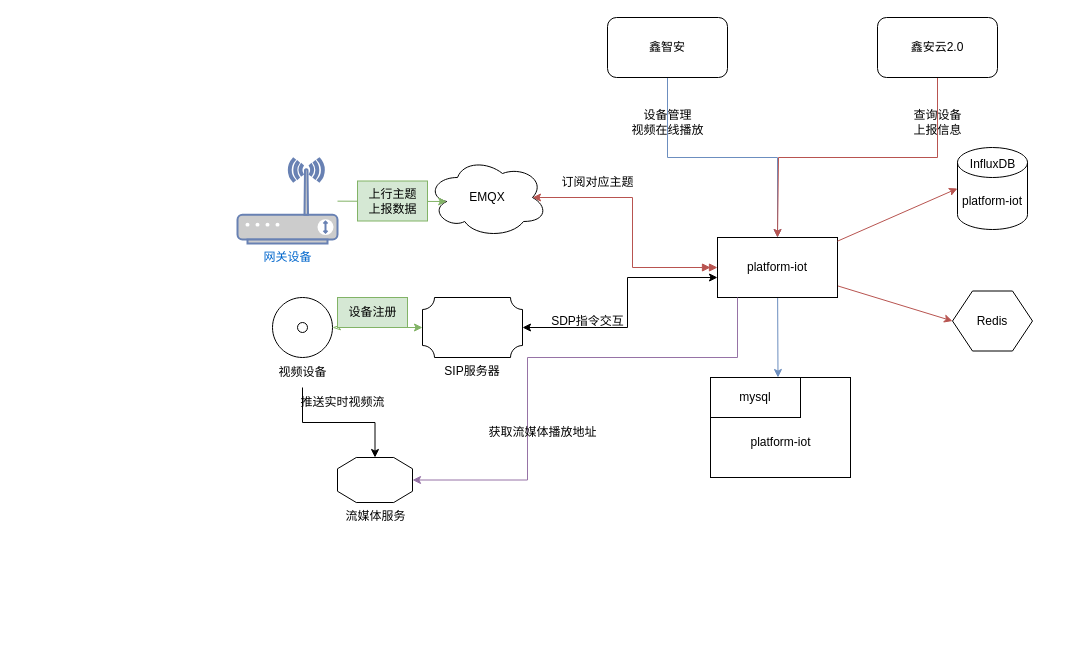
This is iot数据流转图.drawio from Rain-ziyu/img, a draw.io file, before an edit. Source tidied: cells renumbered, new cells numbered last; positions are measured from the earlier drawing's top-left corner, leaving out a move shared by most shapes. Both pictures are drawn from the tidied source at 100%, with x=0, y=0 at pixel (237, 17).
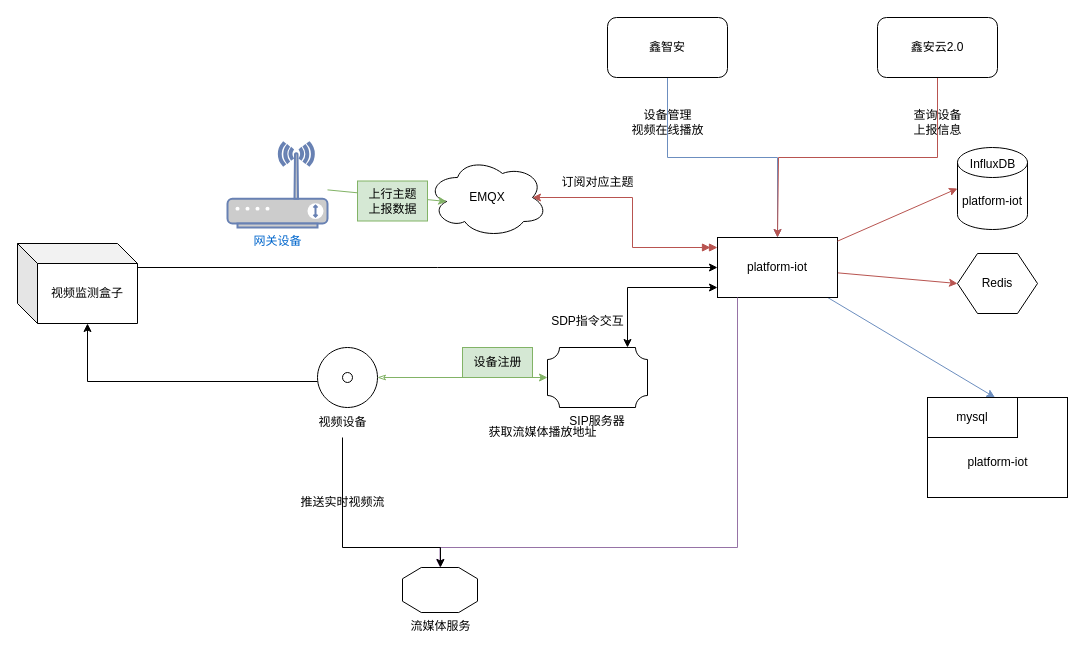
After the change.

Commit message:
更新iot数据流转图.drawio

The change refers to these unchanged cells:
```xml
<mxCell id="4" value="platform-iot" style="rounded=0;whiteSpace=wrap;html=1;" parent="1" vertex="1">
  <mxGeometry x="480" y="220" width="120" height="60" as="geometry" />
</mxCell>
<mxCell id="5" value="EMQX" style="ellipse;shape=cloud;whiteSpace=wrap;html=1;" parent="1" vertex="1">
  <mxGeometry x="190" y="140" width="120" height="80" as="geometry" />
</mxCell>
<mxCell id="29" value="SIP服务器" style="verticalLabelPosition=bottom;verticalAlign=top;html=1;shape=mxgraph.basic.plaque;dx=6;whiteSpace=wrap;" parent="26" vertex="1">
  <mxGeometry x="155" width="100" height="60" as="geometry" />
</mxCell>
```

Diff of the diagram source:
```diff
@@
     <mxCell id="6" value="网关设备" style="fontColor=#0066CC;verticalAlign=top;verticalLabelPosition=bottom;labelPosition=center;align=center;html=1;outlineConnect=0;fillColor=#CCCCCC;strokeColor=#6881B3;gradientColor=none;gradientDirection=north;strokeWidth=2;shape=mxgraph.networks.wireless_modem;" parent="1" vertex="1">
-      <mxGeometry y="141" width="100" height="85" as="geometry" />
+      <mxGeometry x="-10" y="125" width="100" height="85" as="geometry" />
     </mxCell>
@@
-    <mxCell id="9" style="edgeStyle=orthogonalEdgeStyle;rounded=0;jettySize=auto;html=1;entryX=0.875;entryY=0.5;entryDx=0;entryDy=0;entryPerimeter=0;fillColor=#f8cecc;strokeColor=#b85450;startArrow=doubleBlock;startFill=1;exitX=0;exitY=0.5;exitDx=0;exitDy=0;" parent="1" edge="1" source="4" target="5">
-      <mxGeometry relative="1" as="geometry" />
+    <mxCell id="9" style="edgeStyle=orthogonalEdgeStyle;rounded=0;jettySize=auto;html=1;entryX=0.875;entryY=0.5;entryDx=0;entryDy=0;entryPerimeter=0;fillColor=#f8cecc;strokeColor=#b85450;startArrow=doubleBlock;startFill=1;" parent="1" edge="1" source="4" target="5">
+      <mxGeometry relative="1" as="geometry">
+        <Array as="points">
+          <mxPoint x="395" y="230" />
+          <mxPoint x="395" y="180" />
+        </Array>
+      </mxGeometry>
     </mxCell>
@@
     <mxCell id="12" style="group;" parent="1" vertex="1">
-      <mxGeometry x="473" y="360" width="140" height="100" as="geometry" />
+      <mxGeometry x="690" y="380" width="140" height="100" as="geometry" />
     </mxCell>
@@
     <mxCell id="25" value="Redis" style="shape=hexagon;perimeter=hexagonPerimeter2;whiteSpace=wrap;html=1;fixedSize=1;" parent="1" vertex="1">
-      <mxGeometry x="715" y="273.5" width="80" height="60" as="geometry" />
+      <mxGeometry x="720" y="236" width="80" height="60" as="geometry" />
     </mxCell>
     <mxCell id="26" style="group;" parent="1" vertex="1">
-      <mxGeometry x="30" y="280" width="255" height="90" as="geometry" />
+      <mxGeometry x="155" y="330" width="255" height="90" as="geometry" />
     </mxCell>
-    <mxCell id="27" style="verticalLabelPosition=bottom;verticalAlign=top;html=1;shape=mxgraph.basic.donut;dx=25;" parent="26" vertex="1">
-      <mxGeometry x="5" width="60" height="60" as="geometry" />
-    </mxCell>
-    <mxCell id="28" value="视频设备" style="text;html=1;align=center;verticalAlign=middle;points=[];strokeColor=none;fillColor=none;" parent="26" vertex="1">
-      <mxGeometry y="60" width="70" height="30" as="geometry" />
-    </mxCell>
@@
-    <mxCell id="30" style="edgeStyle=orthogonalEdgeStyle;rounded=0;jettySize=auto;html=1;entryX=0;entryY=0.5;entryDx=0;entryDy=0;entryPerimeter=0;startArrow=classicThin;startFill=0;fillColor=#d5e8d4;strokeColor=#82b366;" parent="26" edge="1" source="27" target="29">
-      <mxGeometry relative="1" as="geometry" />
-    </mxCell>
@@
     <mxCell id="32" style="edgeStyle=orthogonalEdgeStyle;rounded=0;jettySize=auto;html=1;startArrow=classic;startFill=1;" parent="1" edge="1" source="29" target="4">
       <mxGeometry relative="1" as="geometry">
         <Array as="points">
-          <mxPoint x="390" y="310" />
-          <mxPoint x="390" y="260" />
+          <mxPoint x="390" y="270" />
         </Array>
       </mxGeometry>
     </mxCell>
@@
     <mxCell id="34" style="edgeStyle=orthogonalEdgeStyle;rounded=0;jettySize=auto;html=1;startArrow=classic;startFill=1;endArrow=none;endFill=0;fillColor=#e1d5e7;strokeColor=#9673a6;" parent="1" edge="1" source="35" target="4">
       <mxGeometry relative="1" as="geometry">
         <Array as="points">
-          <mxPoint x="290" y="463" />
-          <mxPoint x="290" y="340" />
-          <mxPoint x="500" y="340" />
+          <mxPoint x="203" y="530" />
+          <mxPoint x="500" y="530" />
         </Array>
       </mxGeometry>
     </mxCell>
     <mxCell id="35" value="流媒体服务" style="verticalLabelPosition=bottom;verticalAlign=top;html=1;shape=mxgraph.basic.polygon;polyCoords=[[0.25,0],[0.75,0],[1,0.25],[1,0.75],[0.75,1],[0.25,1],[0,0.75],[0,0.25]];polyline=0;" parent="1" vertex="1">
-      <mxGeometry x="100" y="440" width="75" height="45" as="geometry" />
+      <mxGeometry x="165" y="550" width="75" height="45" as="geometry" />
     </mxCell>
     <mxCell id="36" style="edgeStyle=orthogonalEdgeStyle;rounded=0;jettySize=auto;html=1;" parent="1" edge="1" source="28" target="35">
-      <mxGeometry relative="1" as="geometry" />
+      <mxGeometry relative="1" as="geometry">
+        <Array as="points">
+          <mxPoint x="105" y="530" />
+          <mxPoint x="203" y="530" />
+        </Array>
+      </mxGeometry>
     </mxCell>
     <mxCell id="37" value="推送实时视频流" style="text;html=1;align=center;verticalAlign=middle;strokeColor=none;fillColor=none;" parent="1" vertex="1">
-      <mxGeometry x="50" y="370" width="110" height="30" as="geometry" />
+      <mxGeometry x="50" y="470" width="110" height="30" as="geometry" />
     </mxCell>
@@
+    <mxCell id="39" style="edgeStyle=orthogonalEdgeStyle;rounded=0;jettySize=auto;html=1;entryX=0;entryY=0.5;entryDx=0;entryDy=0;" parent="1" edge="1" source="40" target="4">
+      <mxGeometry relative="1" as="geometry">
+        <Array as="points">
+          <mxPoint x="200" y="250" />
+          <mxPoint x="200" y="250" />
+        </Array>
+      </mxGeometry>
+    </mxCell>
+    <mxCell id="40" value="视频监测盒子" style="shape=cube;whiteSpace=wrap;html=1;boundedLbl=1;backgroundOutline=1;darkOpacity=0.05;darkOpacity2=0.1;" parent="1" vertex="1">
+      <mxGeometry x="-220" y="226" width="120" height="80" as="geometry" />
+    </mxCell>
+    <mxCell id="41" style="edgeStyle=orthogonalEdgeStyle;rounded=0;jettySize=auto;html=1;entryX=0;entryY=0;entryDx=70;entryDy=80;entryPerimeter=0;" parent="1" edge="1" source="27" target="40">
+      <mxGeometry relative="1" as="geometry">
+        <Array as="points">
+          <mxPoint x="-150" y="364" />
+        </Array>
+      </mxGeometry>
+    </mxCell>
+    <mxCell id="27" style="verticalLabelPosition=bottom;verticalAlign=top;html=1;shape=mxgraph.basic.donut;dx=25;" parent="1" vertex="1">
+      <mxGeometry x="80" y="330" width="60" height="60" as="geometry" />
+    </mxCell>
+    <mxCell id="30" style="edgeStyle=orthogonalEdgeStyle;rounded=0;jettySize=auto;html=1;entryX=0;entryY=0.5;entryDx=0;entryDy=0;entryPerimeter=0;startArrow=classicThin;startFill=0;fillColor=#d5e8d4;strokeColor=#82b366;" parent="1" edge="1" source="27" target="29">
+      <mxGeometry relative="1" as="geometry" />
+    </mxCell>
+    <mxCell id="28" value="视频设备" style="text;html=1;align=center;verticalAlign=middle;points=[];strokeColor=none;fillColor=none;" parent="1" vertex="1">
+      <mxGeometry x="70" y="390" width="70" height="30" as="geometry" />
+    </mxCell>
```
